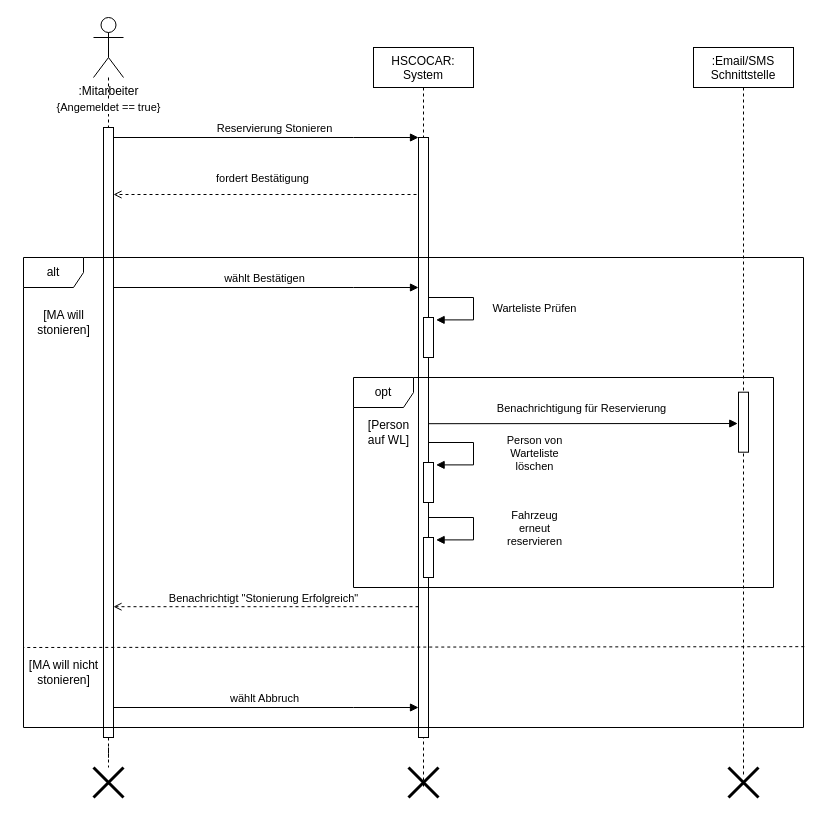
This is Uebungen/FHSCOCAR-System_SequenzDiagram.drawio from erdnaskram/SwE-HS-Co-Se3, a draw.io file, before an edit. Source tidied: cells renumbered, new cells numbered last; positions are measured from the earlier drawing's top-left corner, leaving out a move shared by most shapes. Both pictures are drawn from the tidied source at 100%, with x=0, y=0 at pixel (17, 17).
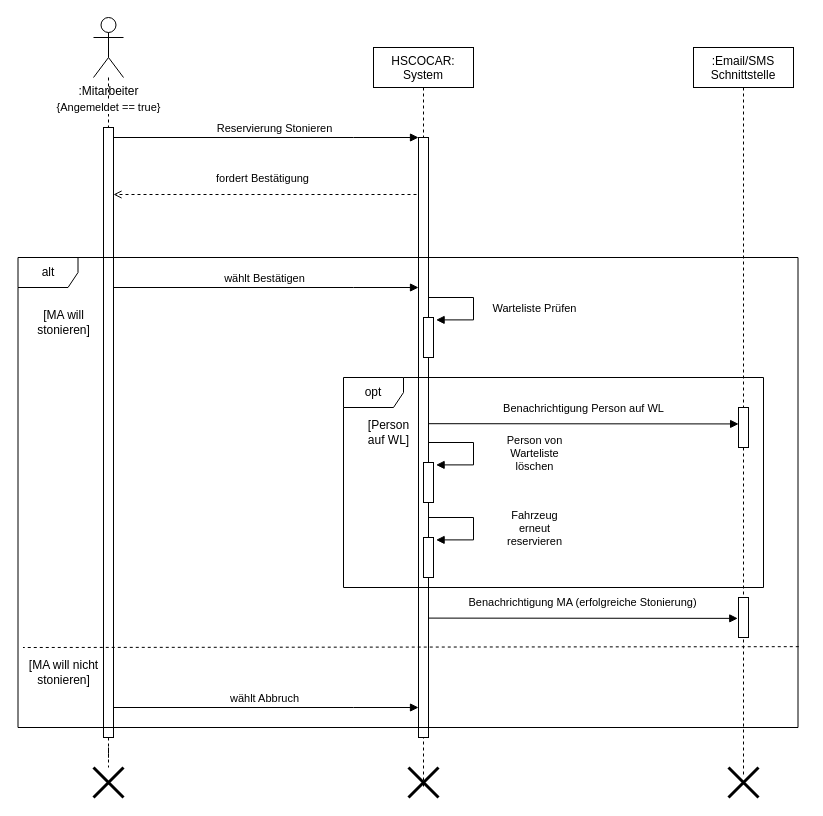
The same page after the edit.

Unchanged cells that the change refers to:
```xml
<mxCell id="2" value="HSCOCAR:&#10;System" style="shape=umlLifeline;perimeter=lifelinePerimeter;rounded=0;shadow=0;strokeWidth=1;" parent="1" vertex="1">
  <mxGeometry x="356" y="30" width="100" height="740" as="geometry" />
</mxCell>
<mxCell id="8" style="points=[];perimeter=orthogonalPerimeter;rounded=0;shadow=0;strokeWidth=1;" parent="2" vertex="1">
  <mxGeometry x="45" y="90" width="10" height="600" as="geometry" />
</mxCell>
<mxCell id="20" value=":Email/SMS&#10;Schnittstelle" style="shape=umlLifeline;perimeter=lifelinePerimeter;rounded=0;shadow=0;strokeWidth=1;" parent="1" vertex="1">
  <mxGeometry x="676" y="30" width="100" height="730" as="geometry" />
</mxCell>
```

Change to the diagram source:
```diff
@@
-    <mxCell id="4" style="rounded=0;orthogonalLoop=1;jettySize=auto;html=1;endArrow=open;endFill=0;entryX=1.005;entryY=0.082;entryDx=0;entryDy=0;entryPerimeter=0;dashed=1;" parent="2" edge="1">
-      <mxGeometry relative="1" as="geometry">
-        <mxPoint x="45" y="559.2" as="sourcePoint" />
-        <mxPoint x="-260" y="559.2" as="targetPoint" />
-      </mxGeometry>
-    </mxCell>
@@
     <mxCell id="21" style="points=[];perimeter=orthogonalPerimeter;rounded=0;shadow=0;strokeWidth=1;" parent="20" vertex="1">
-      <mxGeometry x="45" y="344.7" width="10" height="60" as="geometry" />
+      <mxGeometry x="45" y="360" width="10" height="40" as="geometry" />
     </mxCell>
@@
+    <mxCell id="43" style="points=[];perimeter=orthogonalPerimeter;rounded=0;shadow=0;strokeWidth=1;" parent="20" vertex="1">
+      <mxGeometry x="45" y="550" width="10" height="40" as="geometry" />
+    </mxCell>
@@
-    <mxCell id="34" value="&lt;div&gt;opt&lt;/div&gt;" style="shape=umlFrame;whiteSpace=wrap;html=1;gradientColor=none;swimlaneFillColor=none;shadow=0;sketch=0;" parent="1" vertex="1">
-      <mxGeometry x="336" y="360" width="420" height="210" as="geometry" />
-    </mxCell>
     <mxCell id="35" value="&lt;div&gt;alt&lt;/div&gt;" style="shape=umlFrame;whiteSpace=wrap;html=1;gradientColor=none;swimlaneFillColor=none;shadow=0;sketch=0;" parent="1" vertex="1">
-      <mxGeometry x="6" y="240" width="780" height="470" as="geometry" />
+      <mxGeometry x="0.5" y="240" width="780" height="470" as="geometry" />
     </mxCell>
-    <mxCell id="36" value="Benachrichtigt &quot;Stonierung Erfolgreich&quot;" style="edgeLabel;html=1;align=center;verticalAlign=middle;" parent="1" vertex="1">
-      <mxGeometry x="245.9" y="580" as="geometry" />
-    </mxCell>
@@
-    <mxCell id="41" style="rounded=0;jettySize=auto;html=1;endArrow=block;endFill=1;entryX=-0.073;entryY=0.522;entryDx=0;entryDy=0;entryPerimeter=0;" parent="1" edge="1" target="21">
+    <mxCell id="41" style="rounded=0;jettySize=auto;html=1;endArrow=block;endFill=1;entryX=0.011;entryY=0.411;entryDx=0;entryDy=0;entryPerimeter=0;" parent="1" edge="1" target="21">
       <mxGeometry relative="1" as="geometry">
         <mxPoint x="411" y="406.2" as="sourcePoint" />
       </mxGeometry>
     </mxCell>
-    <mxCell id="42" value="Benachrichtigung für Reservierung" style="edgeLabel;html=1;align=center;verticalAlign=middle;" parent="41" vertex="1">
+    <mxCell id="42" value="Benachrichtigung Person auf WL" style="edgeLabel;html=1;align=center;verticalAlign=middle;" parent="41" vertex="1">
       <mxGeometry x="-0.15" y="1" relative="1" as="geometry">
         <mxPoint x="22" y="-15" as="offset" />
       </mxGeometry>
     </mxCell>
+    <mxCell id="44" style="rounded=0;jettySize=auto;html=1;endArrow=block;endFill=1;entryX=-0.073;entryY=0.522;entryDx=0;entryDy=0;entryPerimeter=0;exitX=1.007;exitY=0.801;exitDx=0;exitDy=0;exitPerimeter=0;" parent="1" edge="1" source="8" target="43">
+      <mxGeometry relative="1" as="geometry" />
+    </mxCell>
+    <mxCell id="45" value="Benachrichtigung MA (erfolgreiche Stonierung)" style="edgeLabel;html=1;align=center;verticalAlign=middle;" parent="44" vertex="1">
+      <mxGeometry x="-0.15" y="1" relative="1" as="geometry">
+        <mxPoint x="22" y="-15" as="offset" />
+      </mxGeometry>
+    </mxCell>
+    <mxCell id="34" value="&lt;div&gt;opt&lt;/div&gt;" style="shape=umlFrame;whiteSpace=wrap;html=1;gradientColor=none;swimlaneFillColor=none;shadow=0;sketch=0;" parent="1" vertex="1">
+      <mxGeometry x="326" y="360" width="420" height="210" as="geometry" />
+    </mxCell>
```
